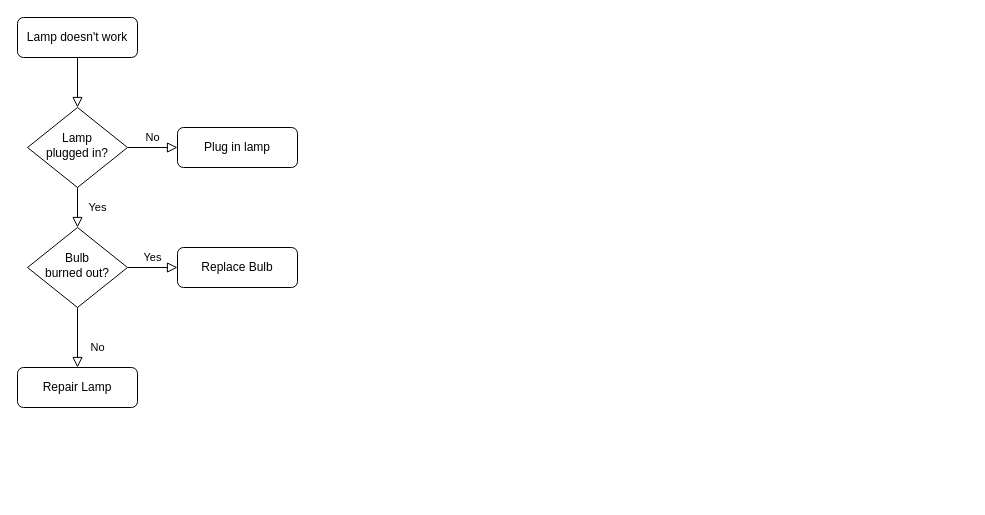
SmileSB1O1/draw-active keeps this draw.io diagram as XVI Translate Flow.drawio. Above is the earlier version. Source tidied: cells renumbered, new cells numbered last; positions are measured from the earlier drawing's top-left corner, leaving out a move shared by most shapes. Both pictures are drawn from the tidied source at 100%, with x=0, y=0 at pixel (17, 17).
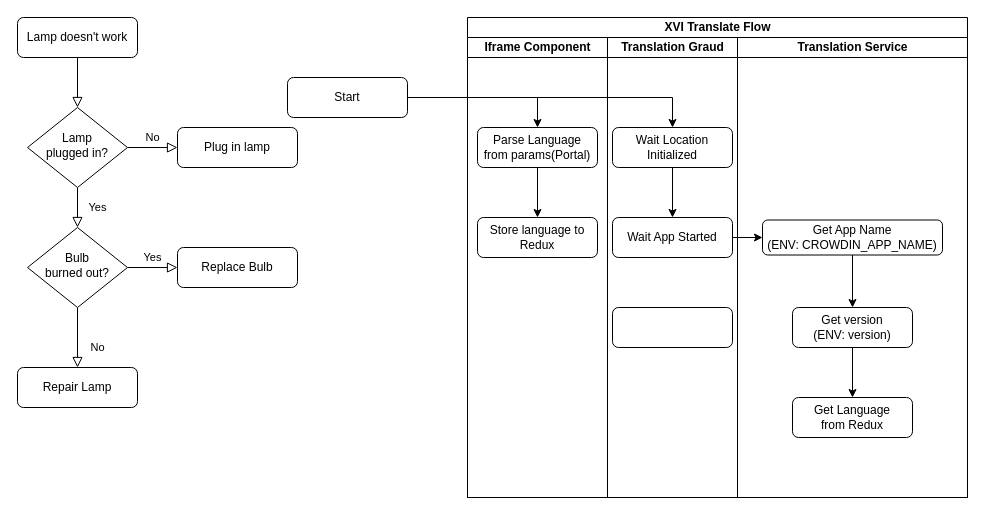
After the change.

What changed in the source:
```diff
@@
+    <mxCell id="13" value="XVI Translate Flow" style="swimlane;startSize=20;html=1;" parent="1" vertex="1">
+      <mxGeometry x="450" width="500" height="480" as="geometry" />
+    </mxCell>
+    <mxCell id="14" value="Iframe Component" style="swimlane;startSize=20;html=1;" parent="13" vertex="1">
+      <mxGeometry y="20" width="140" height="460" as="geometry" />
+    </mxCell>
+    <mxCell id="15" style="edgeStyle=orthogonalEdgeStyle;rounded=0;jettySize=auto;html=1;entryX=0.5;entryY=0;entryDx=0;entryDy=0;" parent="14" edge="1" source="16" target="17">
+      <mxGeometry relative="1" as="geometry" />
+    </mxCell>
+    <mxCell id="16" value="Parse Language&lt;div&gt;from params(Portal)&lt;/div&gt;" style="rounded=1;whiteSpace=wrap;html=1;fontSize=12;glass=0;strokeWidth=1;shadow=0;" parent="14" vertex="1">
+      <mxGeometry x="10" y="90" width="120" height="40" as="geometry" />
+    </mxCell>
+    <mxCell id="17" value="Store language to Redux" style="rounded=1;whiteSpace=wrap;html=1;fontSize=12;glass=0;strokeWidth=1;shadow=0;" parent="14" vertex="1">
+      <mxGeometry x="10" y="180" width="120" height="40" as="geometry" />
+    </mxCell>
+    <mxCell id="18" value="Translation Graud" style="swimlane;startSize=20;html=1;" parent="13" vertex="1">
+      <mxGeometry x="140" y="20" width="130" height="460" as="geometry" />
+    </mxCell>
+    <mxCell id="19" style="edgeStyle=orthogonalEdgeStyle;rounded=0;jettySize=auto;html=1;exitX=0.5;exitY=1;exitDx=0;exitDy=0;" parent="18" edge="1" source="20" target="21">
+      <mxGeometry relative="1" as="geometry" />
+    </mxCell>
+    <mxCell id="20" value="Wait Location Initialized" style="rounded=1;whiteSpace=wrap;html=1;fontSize=12;glass=0;strokeWidth=1;shadow=0;" parent="18" vertex="1">
+      <mxGeometry x="5" y="90" width="120" height="40" as="geometry" />
+    </mxCell>
+    <mxCell id="21" value="Wait App Started" style="rounded=1;whiteSpace=wrap;html=1;fontSize=12;glass=0;strokeWidth=1;shadow=0;" parent="18" vertex="1">
+      <mxGeometry x="5" y="180" width="120" height="40" as="geometry" />
+    </mxCell>
+    <mxCell id="22" style="rounded=1;whiteSpace=wrap;html=1;fontSize=12;glass=0;strokeWidth=1;shadow=0;" parent="18" vertex="1">
+      <mxGeometry x="5" y="270" width="120" height="40" as="geometry" />
+    </mxCell>
+    <mxCell id="23" value="Translation Service" style="swimlane;startSize=20;html=1;" parent="13" vertex="1">
+      <mxGeometry x="270" y="20" width="230" height="460" as="geometry" />
+    </mxCell>
+    <mxCell id="24" style="edgeStyle=orthogonalEdgeStyle;rounded=0;jettySize=auto;html=1;exitX=0.5;exitY=1;exitDx=0;exitDy=0;" parent="23" edge="1" source="25" target="27">
+      <mxGeometry relative="1" as="geometry" />
+    </mxCell>
+    <mxCell id="25" value="Get App Name&lt;div&gt;(ENV: CROWDIN_APP_NAME)&lt;/div&gt;" style="rounded=1;whiteSpace=wrap;html=1;fontSize=12;glass=0;strokeWidth=1;shadow=0;" parent="23" vertex="1">
+      <mxGeometry x="25" y="182.5" width="180" height="35" as="geometry" />
+    </mxCell>
+    <mxCell id="26" style="edgeStyle=orthogonalEdgeStyle;rounded=0;jettySize=auto;html=1;exitX=0.5;exitY=1;exitDx=0;exitDy=0;entryX=0.5;entryY=0;entryDx=0;entryDy=0;" parent="23" edge="1" source="27" target="28">
+      <mxGeometry relative="1" as="geometry" />
+    </mxCell>
+    <mxCell id="27" value="Get version&lt;div&gt;(ENV: version)&lt;/div&gt;" style="rounded=1;whiteSpace=wrap;html=1;fontSize=12;glass=0;strokeWidth=1;shadow=0;" parent="23" vertex="1">
+      <mxGeometry x="55" y="270" width="120" height="40" as="geometry" />
+    </mxCell>
+    <mxCell id="28" value="Get Language&lt;div&gt;from Redux&lt;/div&gt;" style="rounded=1;whiteSpace=wrap;html=1;fontSize=12;glass=0;strokeWidth=1;shadow=0;" parent="23" vertex="1">
+      <mxGeometry x="55" y="360" width="120" height="40" as="geometry" />
+    </mxCell>
+    <mxCell id="29" style="edgeStyle=orthogonalEdgeStyle;rounded=0;jettySize=auto;html=1;exitX=1;exitY=0.5;exitDx=0;exitDy=0;entryX=0;entryY=0.5;entryDx=0;entryDy=0;" parent="13" edge="1" source="21" target="25">
+      <mxGeometry relative="1" as="geometry" />
+    </mxCell>
+    <mxCell id="30" style="edgeStyle=orthogonalEdgeStyle;rounded=0;jettySize=auto;html=1;entryX=0.5;entryY=0;entryDx=0;entryDy=0;" parent="1" edge="1" source="32" target="16">
+      <mxGeometry relative="1" as="geometry" />
+    </mxCell>
+    <mxCell id="31" style="edgeStyle=orthogonalEdgeStyle;rounded=0;jettySize=auto;html=1;exitX=1;exitY=0.5;exitDx=0;exitDy=0;" parent="1" edge="1" source="32" target="20">
+      <mxGeometry relative="1" as="geometry" />
+    </mxCell>
+    <mxCell id="32" value="Start" style="rounded=1;whiteSpace=wrap;html=1;fontSize=12;glass=0;strokeWidth=1;shadow=0;" parent="1" vertex="1">
+      <mxGeometry x="270" y="60" width="120" height="40" as="geometry" />
+    </mxCell>
```
